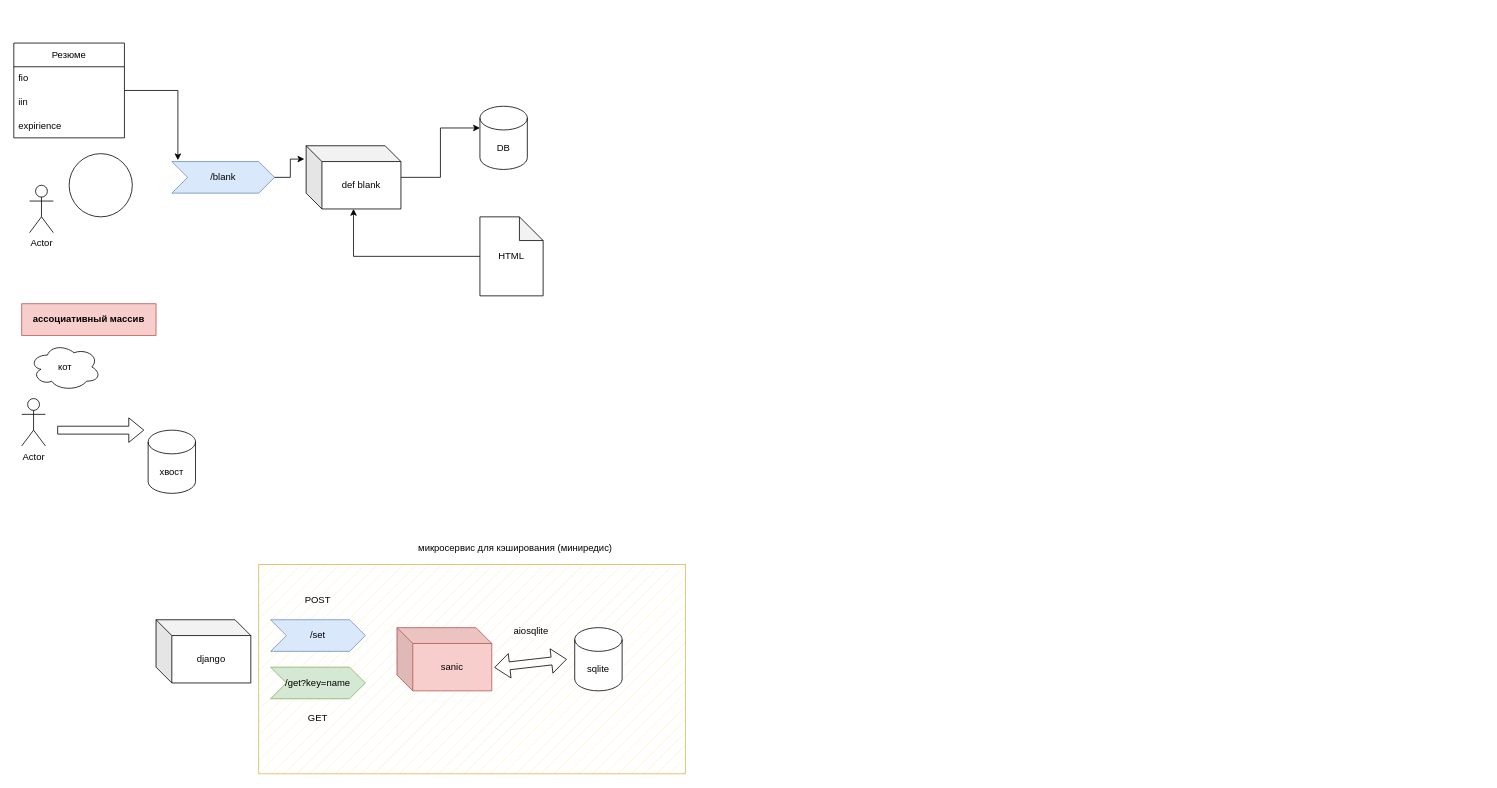
The draw.io diagram projects/6/web_django_vacansies/схема.drawio in bogdandrienko/PyE-231, before the edit. Source tidied: cells renumbered, new cells numbered last; positions are measured from the earlier drawing's top-left corner, leaving out a move shared by most shapes. Both pictures are drawn from the tidied source at 79%, with x=0, y=0 at pixel (13, 43).
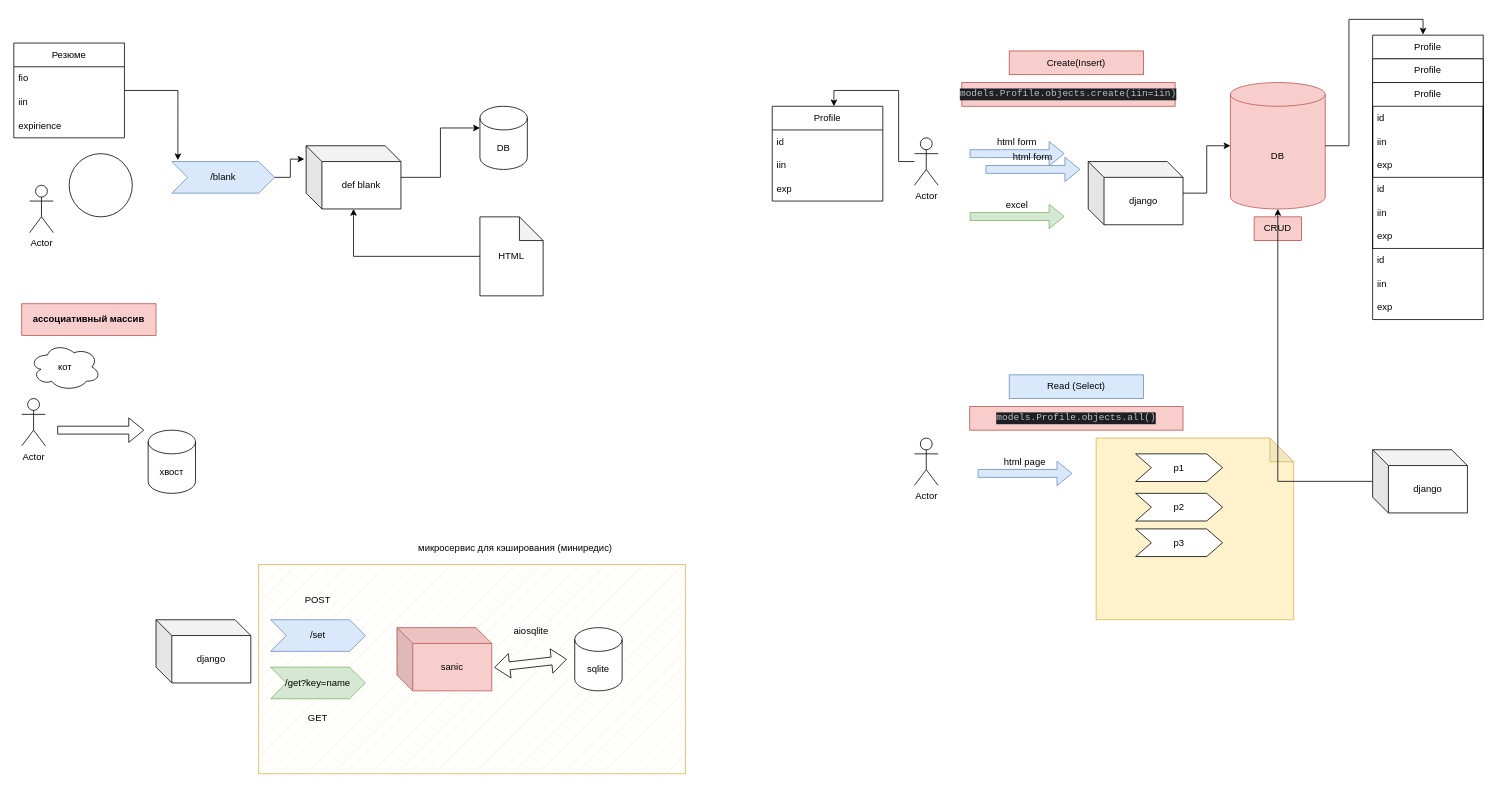
The same diagram, later.

What changed in the source:
```diff
@@
+    <mxCell id="32" value="DB" style="shape=cylinder3;whiteSpace=wrap;html=1;boundedLbl=1;backgroundOutline=1;size=15;fillColor=#f8cecc;strokeColor=#b85450;" parent="1" vertex="1">
+      <mxGeometry x="1540" y="50" width="120" height="160" as="geometry" />
+    </mxCell>
+    <mxCell id="33" value="Profile" style="swimlane;fontStyle=0;horizontal=1;startSize=30;whiteSpace=wrap;html=1;" parent="1" vertex="1">
+      <mxGeometry x="1720" y="-10" width="140" height="360" as="geometry" />
+    </mxCell>
+    <mxCell id="34" value="Profile" style="swimlane;fontStyle=0;horizontal=1;startSize=30;whiteSpace=wrap;html=1;" parent="33" vertex="1">
+      <mxGeometry y="30" width="140" height="240" as="geometry" />
+    </mxCell>
+    <mxCell id="35" value="Profile" style="swimlane;fontStyle=0;horizontal=1;startSize=30;whiteSpace=wrap;html=1;" parent="34" vertex="1">
+      <mxGeometry y="30" width="140" height="120" as="geometry" />
+    </mxCell>
+    <mxCell id="36" value="id" style="text;strokeColor=none;fillColor=none;align=left;verticalAlign=middle;spacingLeft=4;spacingRight=4;overflow=hidden;whiteSpace=wrap;html=1;" parent="35" vertex="1">
+      <mxGeometry y="30" width="140" height="30" as="geometry" />
+    </mxCell>
+    <mxCell id="37" value="iin" style="text;strokeColor=none;fillColor=none;align=left;verticalAlign=middle;spacingLeft=4;spacingRight=4;overflow=hidden;whiteSpace=wrap;html=1;" parent="35" vertex="1">
+      <mxGeometry y="60" width="140" height="30" as="geometry" />
+    </mxCell>
+    <mxCell id="38" value="exp" style="text;strokeColor=none;fillColor=none;align=left;verticalAlign=middle;spacingLeft=4;spacingRight=4;overflow=hidden;whiteSpace=wrap;html=1;" parent="35" vertex="1">
+      <mxGeometry y="90" width="140" height="30" as="geometry" />
+    </mxCell>
+    <mxCell id="39" value="id" style="text;strokeColor=none;fillColor=none;align=left;verticalAlign=middle;spacingLeft=4;spacingRight=4;overflow=hidden;whiteSpace=wrap;html=1;" parent="34" vertex="1">
+      <mxGeometry y="150" width="140" height="30" as="geometry" />
+    </mxCell>
+    <mxCell id="40" value="iin" style="text;strokeColor=none;fillColor=none;align=left;verticalAlign=middle;spacingLeft=4;spacingRight=4;overflow=hidden;whiteSpace=wrap;html=1;" parent="34" vertex="1">
+      <mxGeometry y="180" width="140" height="30" as="geometry" />
+    </mxCell>
+    <mxCell id="41" value="exp" style="text;strokeColor=none;fillColor=none;align=left;verticalAlign=middle;spacingLeft=4;spacingRight=4;overflow=hidden;whiteSpace=wrap;html=1;" parent="34" vertex="1">
+      <mxGeometry y="210" width="140" height="30" as="geometry" />
+    </mxCell>
+    <mxCell id="42" value="id" style="text;strokeColor=none;fillColor=none;align=left;verticalAlign=middle;spacingLeft=4;spacingRight=4;overflow=hidden;whiteSpace=wrap;html=1;" parent="33" vertex="1">
+      <mxGeometry y="270" width="140" height="30" as="geometry" />
+    </mxCell>
+    <mxCell id="43" value="iin" style="text;strokeColor=none;fillColor=none;align=left;verticalAlign=middle;spacingLeft=4;spacingRight=4;overflow=hidden;whiteSpace=wrap;html=1;" parent="33" vertex="1">
+      <mxGeometry y="300" width="140" height="30" as="geometry" />
+    </mxCell>
+    <mxCell id="44" value="exp" style="text;strokeColor=none;fillColor=none;align=left;verticalAlign=middle;spacingLeft=4;spacingRight=4;overflow=hidden;whiteSpace=wrap;html=1;" parent="33" vertex="1">
+      <mxGeometry y="330" width="140" height="30" as="geometry" />
+    </mxCell>
+    <mxCell id="45" style="edgeStyle=orthogonalEdgeStyle;rounded=0;jettySize=auto;html=1;entryX=0.456;entryY=-0.002;entryDx=0;entryDy=0;entryPerimeter=0;" parent="1" edge="1" source="32" target="33">
+      <mxGeometry relative="1" as="geometry" />
+    </mxCell>
+    <mxCell id="46" value="CRUD" style="text;html=1;strokeColor=#b85450;fillColor=#f8cecc;align=center;verticalAlign=middle;whiteSpace=wrap;rounded=0;" parent="1" vertex="1">
+      <mxGeometry x="1570" y="220" width="60" height="30" as="geometry" />
+    </mxCell>
+    <mxCell id="47" value="Create(Insert)" style="text;html=1;strokeColor=#b85450;fillColor=#f8cecc;align=center;verticalAlign=middle;whiteSpace=wrap;rounded=0;" parent="1" vertex="1">
+      <mxGeometry x="1260" y="10" width="170" height="30" as="geometry" />
+    </mxCell>
+    <mxCell id="48" value="Actor" style="shape=umlActor;verticalLabelPosition=bottom;verticalAlign=top;html=1;outlineConnect=0;" parent="1" vertex="1">
+      <mxGeometry x="1140" y="120" width="30" height="60" as="geometry" />
+    </mxCell>
+    <mxCell id="49" value="Profile" style="swimlane;fontStyle=0;horizontal=1;startSize=30;whiteSpace=wrap;html=1;" parent="1" vertex="1">
+      <mxGeometry x="960" y="80" width="140" height="120" as="geometry" />
+    </mxCell>
+    <mxCell id="50" value="id" style="text;strokeColor=none;fillColor=none;align=left;verticalAlign=middle;spacingLeft=4;spacingRight=4;overflow=hidden;whiteSpace=wrap;html=1;" parent="49" vertex="1">
+      <mxGeometry y="30" width="140" height="30" as="geometry" />
+    </mxCell>
+    <mxCell id="51" value="iin" style="text;strokeColor=none;fillColor=none;align=left;verticalAlign=middle;spacingLeft=4;spacingRight=4;overflow=hidden;whiteSpace=wrap;html=1;" parent="49" vertex="1">
+      <mxGeometry y="60" width="140" height="30" as="geometry" />
+    </mxCell>
+    <mxCell id="52" value="exp" style="text;strokeColor=none;fillColor=none;align=left;verticalAlign=middle;spacingLeft=4;spacingRight=4;overflow=hidden;whiteSpace=wrap;html=1;" parent="49" vertex="1">
+      <mxGeometry y="90" width="140" height="30" as="geometry" />
+    </mxCell>
+    <mxCell id="53" style="edgeStyle=orthogonalEdgeStyle;rounded=0;jettySize=auto;html=1;entryX=0.558;entryY=0;entryDx=0;entryDy=0;entryPerimeter=0;" parent="1" edge="1" source="48" target="49">
+      <mxGeometry relative="1" as="geometry" />
+    </mxCell>
+    <mxCell id="54" style="shape=flexArrow;endArrow=classic;html=1;rounded=0;fillColor=#d5e8d4;strokeColor=#82b366;" parent="1" edge="1">
+      <mxGeometry relative="1" as="geometry">
+        <mxPoint x="1210" y="219.6" as="sourcePoint" />
+        <mxPoint x="1330" y="219.6" as="targetPoint" />
+      </mxGeometry>
+    </mxCell>
+    <mxCell id="55" value="excel" style="text;html=1;strokeColor=none;fillColor=none;align=center;verticalAlign=middle;whiteSpace=wrap;rounded=0;" parent="1" vertex="1">
+      <mxGeometry x="1240" y="190" width="60" height="30" as="geometry" />
+    </mxCell>
+    <mxCell id="56" style="edgeStyle=orthogonalEdgeStyle;rounded=0;jettySize=auto;html=1;" parent="1" edge="1" source="57" target="32">
+      <mxGeometry relative="1" as="geometry" />
+    </mxCell>
+    <mxCell id="57" value="django" style="shape=cube;whiteSpace=wrap;html=1;boundedLbl=1;backgroundOutline=1;darkOpacity=0.05;darkOpacity2=0.1;" parent="1" vertex="1">
+      <mxGeometry x="1360" y="150" width="120" height="80" as="geometry" />
+    </mxCell>
+    <mxCell id="58" style="shape=flexArrow;endArrow=classic;html=1;rounded=0;fillColor=#dae8fc;strokeColor=#6c8ebf;" parent="1" edge="1">
+      <mxGeometry relative="1" as="geometry">
+        <mxPoint x="1210" y="140" as="sourcePoint" />
+        <mxPoint x="1330" y="140" as="targetPoint" />
+      </mxGeometry>
+    </mxCell>
+    <mxCell id="59" value="html form" style="text;html=1;strokeColor=none;fillColor=none;align=center;verticalAlign=middle;whiteSpace=wrap;rounded=0;" parent="1" vertex="1">
+      <mxGeometry x="1240" y="110" width="60" height="30" as="geometry" />
+    </mxCell>
+    <mxCell id="60" value="&lt;div style=&quot;background-color:#1e1f22;color:#bcbec4&quot;&gt;&lt;pre style=&quot;font-family:'JetBrains Mono',monospace;font-size:24,0pt;&quot;&gt;models.Profile.objects.create(iin=iin)&lt;/pre&gt;&lt;/div&gt;" style="text;html=1;strokeColor=#b85450;fillColor=#f8cecc;align=center;verticalAlign=middle;whiteSpace=wrap;rounded=0;" parent="1" vertex="1">
+      <mxGeometry x="1200" y="50" width="270" height="30" as="geometry" />
+    </mxCell>
+    <mxCell id="61" value="Read (Select)" style="text;html=1;strokeColor=#6c8ebf;fillColor=#dae8fc;align=center;verticalAlign=middle;whiteSpace=wrap;rounded=0;" parent="1" vertex="1">
+      <mxGeometry x="1260" y="420" width="170" height="30" as="geometry" />
+    </mxCell>
+    <mxCell id="62" value="Actor" style="shape=umlActor;verticalLabelPosition=bottom;verticalAlign=top;html=1;" parent="1" vertex="1">
+      <mxGeometry x="1140" y="500" width="30" height="60" as="geometry" />
+    </mxCell>
+    <mxCell id="63" style="shape=flexArrow;endArrow=classic;html=1;rounded=0;fillColor=#dae8fc;strokeColor=#6c8ebf;" parent="1" edge="1">
+      <mxGeometry relative="1" as="geometry">
+        <mxPoint x="1220" y="544.8" as="sourcePoint" />
+        <mxPoint x="1340" y="544.8" as="targetPoint" />
+      </mxGeometry>
+    </mxCell>
+    <mxCell id="64" value="html page" style="text;html=1;strokeColor=none;fillColor=none;align=center;verticalAlign=middle;whiteSpace=wrap;rounded=0;" parent="1" vertex="1">
+      <mxGeometry x="1250" y="514.8" width="60" height="30" as="geometry" />
+    </mxCell>
+    <mxCell id="65" style="shape=note;whiteSpace=wrap;html=1;backgroundOutline=1;darkOpacity=0.05;fillColor=#fff2cc;strokeColor=#d6b656;" parent="1" vertex="1">
+      <mxGeometry x="1370" y="500" width="250" height="230" as="geometry" />
+    </mxCell>
+    <mxCell id="66" value="p2" style="shape=step;perimeter=stepPerimeter;whiteSpace=wrap;html=1;fixedSize=1;" parent="1" vertex="1">
+      <mxGeometry x="1420" y="570" width="110" height="35" as="geometry" />
+    </mxCell>
+    <mxCell id="67" value="p1" style="shape=step;perimeter=stepPerimeter;whiteSpace=wrap;html=1;fixedSize=1;" parent="1" vertex="1">
+      <mxGeometry x="1420" y="520" width="110" height="35" as="geometry" />
+    </mxCell>
+    <mxCell id="68" style="shape=flexArrow;endArrow=classic;html=1;rounded=0;fillColor=#dae8fc;strokeColor=#6c8ebf;" parent="1" edge="1">
+      <mxGeometry relative="1" as="geometry">
+        <mxPoint x="1230" y="160" as="sourcePoint" />
+        <mxPoint x="1350" y="160" as="targetPoint" />
+      </mxGeometry>
+    </mxCell>
+    <mxCell id="69" value="html form" style="text;html=1;strokeColor=none;fillColor=none;align=center;verticalAlign=middle;whiteSpace=wrap;rounded=0;" parent="1" vertex="1">
+      <mxGeometry x="1260" y="130" width="60" height="30" as="geometry" />
+    </mxCell>
+    <mxCell id="70" value="p3" style="shape=step;perimeter=stepPerimeter;whiteSpace=wrap;html=1;fixedSize=1;" parent="1" vertex="1">
+      <mxGeometry x="1420" y="615" width="110" height="35" as="geometry" />
+    </mxCell>
+    <mxCell id="71" style="edgeStyle=orthogonalEdgeStyle;rounded=0;jettySize=auto;html=1;" parent="1" edge="1" source="72" target="32">
+      <mxGeometry relative="1" as="geometry" />
+    </mxCell>
+    <mxCell id="72" value="django" style="shape=cube;whiteSpace=wrap;html=1;boundedLbl=1;backgroundOutline=1;darkOpacity=0.05;darkOpacity2=0.1;" parent="1" vertex="1">
+      <mxGeometry x="1720" y="514.8" width="120" height="80" as="geometry" />
+    </mxCell>
+    <mxCell id="73" value="&lt;div style=&quot;background-color:#1e1f22;color:#bcbec4&quot;&gt;&lt;pre style=&quot;font-family:'JetBrains Mono',monospace;font-size:24,0pt;&quot;&gt;&lt;div&gt;&lt;pre style=&quot;font-family:'JetBrains Mono',monospace;font-size:15,8pt;&quot;&gt;models.Profile.objects.all()&lt;/pre&gt;&lt;/div&gt;&lt;/pre&gt;&lt;/div&gt;" style="text;html=1;strokeColor=#b85450;fillColor=#f8cecc;align=center;verticalAlign=middle;whiteSpace=wrap;rounded=0;" parent="1" vertex="1">
+      <mxGeometry x="1210" y="460" width="270" height="30" as="geometry" />
+    </mxCell>
```
